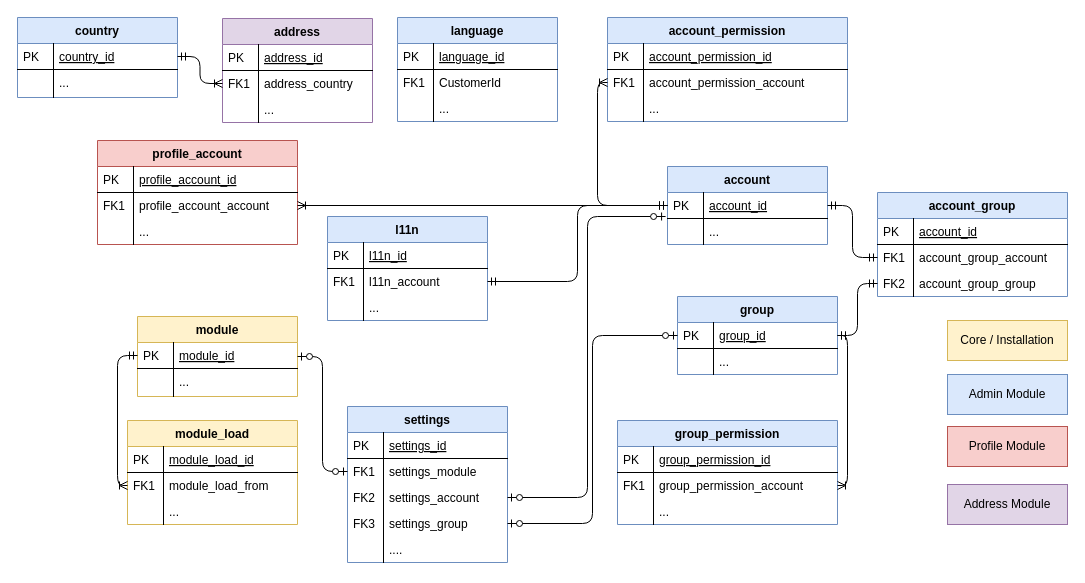
Before: application/Untitled Diagram.drawio in Orange-Management/Developer-Guide, a draw.io diagram. Source tidied: cells renumbered, new cells numbered last; positions are measured from the earlier drawing's top-left corner, leaving out a move shared by most shapes. Both pictures are drawn from the tidied source at 100%, with x=0, y=0 at pixel (17, 17).
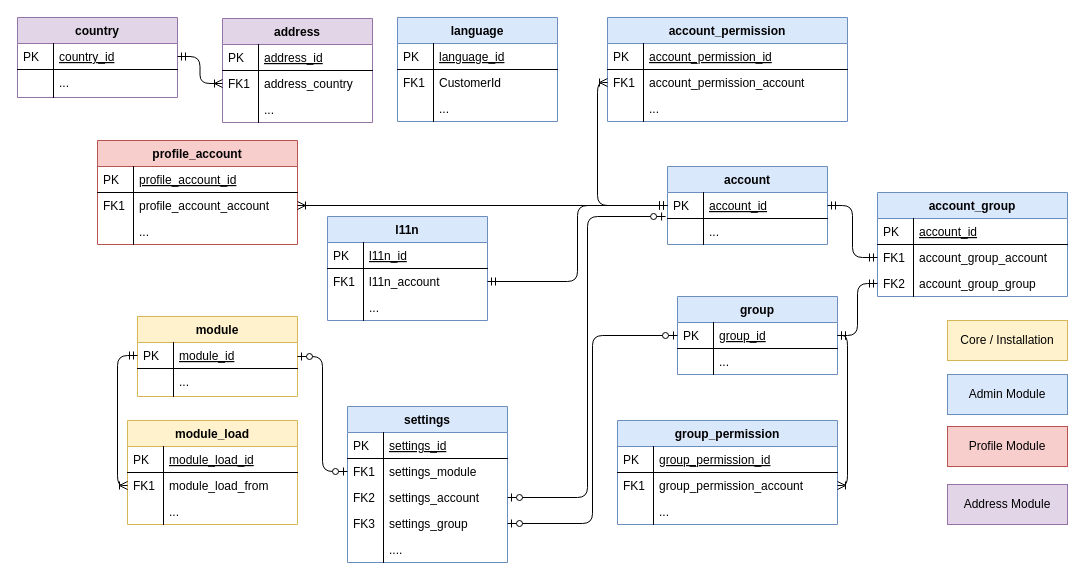
The same page after the edit.

Diff of the diagram source:
```diff
@@
-    <mxCell id="52" value="country" style="swimlane;fontStyle=1;horizontal=1;startSize=26;rounded=0;shadow=0;strokeWidth=1;fillColor=#dae8fc;strokeColor=#6c8ebf;" parent="1" vertex="1">
+    <mxCell id="52" value="country" style="swimlane;fontStyle=1;horizontal=1;startSize=26;rounded=0;shadow=0;strokeWidth=1;fillColor=#e1d5e7;strokeColor=#9673a6;" parent="1" vertex="1">
       <mxGeometry width="160" height="80" as="geometry" />
     </mxCell>
```
